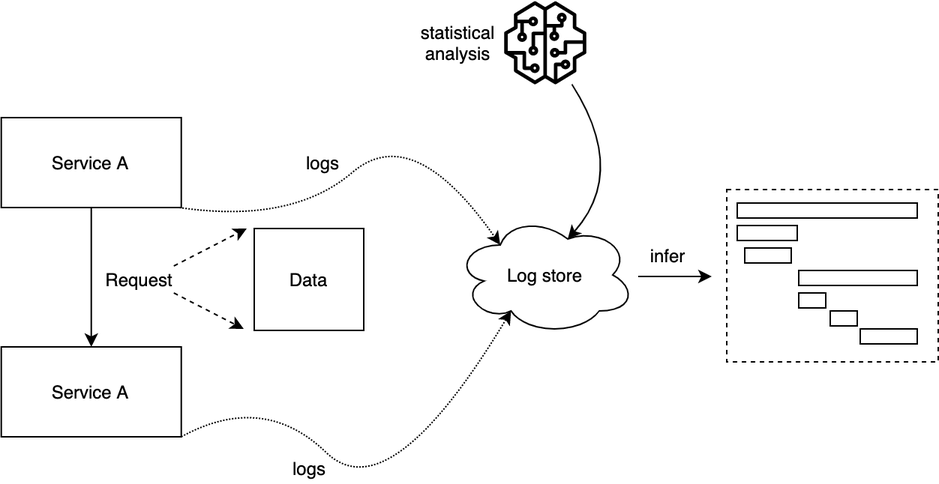
Before: source/_posts/design-dimensions-of-tracing-systems/blackbox.png, a diagram exported from draw.io (ZhengHe-MD/blog). Source tidied: cells renumbered, new cells last; positions are measured from the earlier drawing's top-left corner, leaving out a move shared by most shapes.
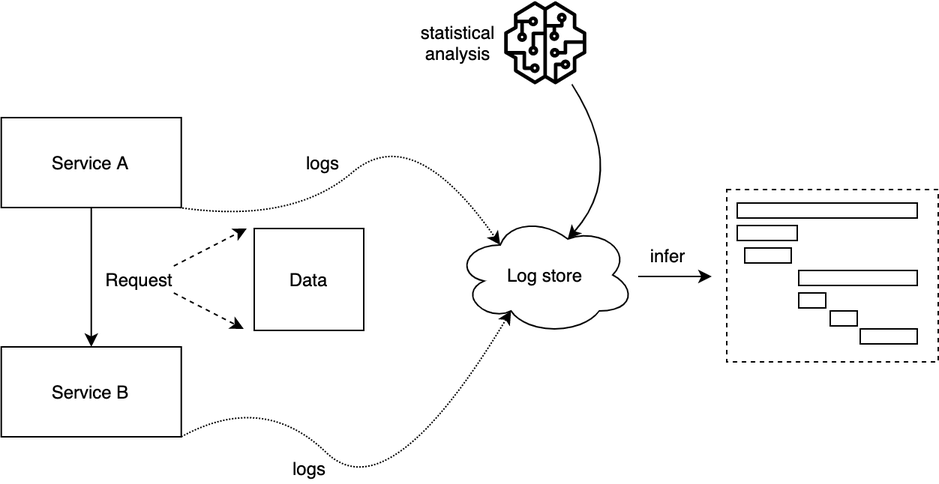
Later version of the same file.

Commit message:
Fix typos in design dimensions of tracing systems

The edit, as a diff of the source:
```diff
@@ -5,7 +5,7 @@
     <mxCell id="2" value="Service A" style="rounded=0;whiteSpace=wrap;html=1;strokeWidth=1;" parent="1" vertex="1">
       <mxGeometry x="0.4" y="78" width="120" height="60" as="geometry" />
     </mxCell>
-    <mxCell id="3" value="Service A" style="rounded=0;whiteSpace=wrap;html=1;strokeWidth=1;" parent="1" vertex="1">
+    <mxCell id="3" value="Service B" style="rounded=0;whiteSpace=wrap;html=1;strokeWidth=1;" parent="1" vertex="1">
       <mxGeometry x="0.4" y="231" width="120" height="60" as="geometry" />
     </mxCell>
     <mxCell id="4" style="endArrow=classic;html=1;exitX=0.5;exitY=1;exitDx=0;exitDy=0;entryX=0.5;entryY=0;entryDx=0;entryDy=0;" parent="1" edge="1" source="2" target="3">
```
